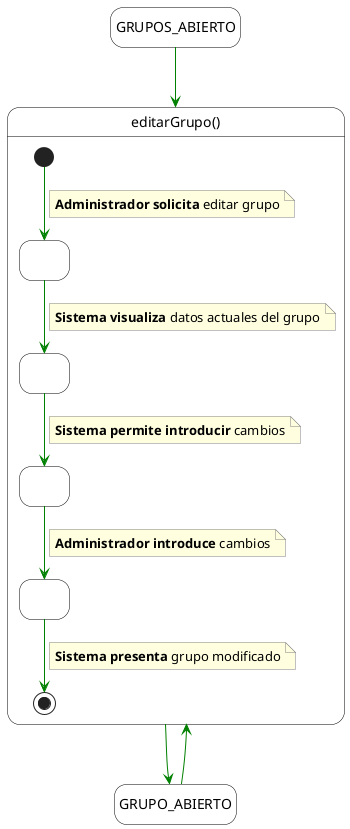
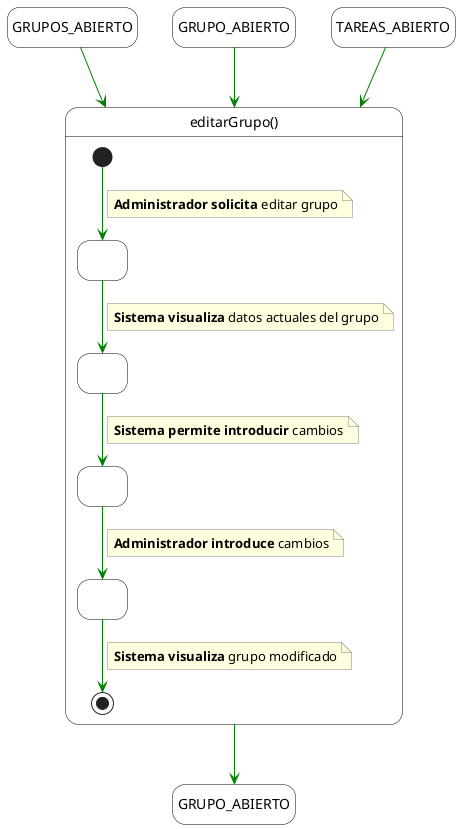
@startuml
hide empty description

' Estilos visuales
skinparam state {
    BackgroundColor White
    BorderColor Black
    ArrowColor Green
}
skinparam note {
    BackgroundColor LightYellow
    BorderColor Gray
}

- ' 1. Estados de Entrada
+ ' 1. Estados de Entrada (Arriba)
+ ' Usamos alias para duplicar visualmente el estado GRUPO_ABIERTO arriba sin romper la lógica
state GRUPOS_ABIERTO
- state GRUPO_ABIERTO
+ state "GRUPO_ABIERTO" as GRUPO_ABIERTO_IN
+ state TAREAS_ABIERTO

- ' 2. Estado compuesto principal: editarGrupo()
+ ' 2. Estado de Salida (Abajo)
+ state "GRUPO_ABIERTO" as GRUPO_ABIERTO_OUT
+ 
+ ' 3. Estado compuesto principal: editarGrupo()
state "editarGrupo()" as MainBlock {

    ' Inicio
    [*] --> Paso1
    note on link
        **Administrador solicita** editar grupo
    end note

    state Paso1 as " "

-     ' Acción del Sistema 1: Mostrar lo que hay
+     ' Sistema muestra datos actuales
    Paso1 --> Paso2
    note on link
        **Sistema visualiza** datos actuales del grupo
    end note

    state Paso2 as " "

-     ' Acción del Sistema 2: Habilitar edición (Separado)
+     ' Sistema habilita edición (Separado)
    Paso2 --> Paso3
    note on link
        **Sistema permite introducir** cambios
    end note

    state Paso3 as " "

-     ' Acción del Actor: Escribir
+     ' Actor introduce cambios
    Paso3 --> Paso4
    note on link
        **Administrador introduce** cambios
    end note

    state Paso4 as " "

-     ' Acción del Sistema 3: Confirmación final
+     ' Sistema confirma y termina
    Paso4 --> [*]
    note on link
-         **Sistema presenta** grupo modificado
+         **Sistema visualiza** grupo modificado
    end note
}

- ' 3. Conexiones de Entrada
+ ' 4. Conexiones
+ ' Todas las entradas bajan al bloque principal
GRUPOS_ABIERTO -down-> MainBlock
- GRUPO_ABIERTO -down-> MainBlock
+ GRUPO_ABIERTO_IN -down-> MainBlock
+ TAREAS_ABIERTO -down-> MainBlock

- ' 4. Salida
- MainBlock -down-> GRUPO_ABIERTO
+ ' Salida final
+ MainBlock -down-> GRUPO_ABIERTO_OUT

@enduml